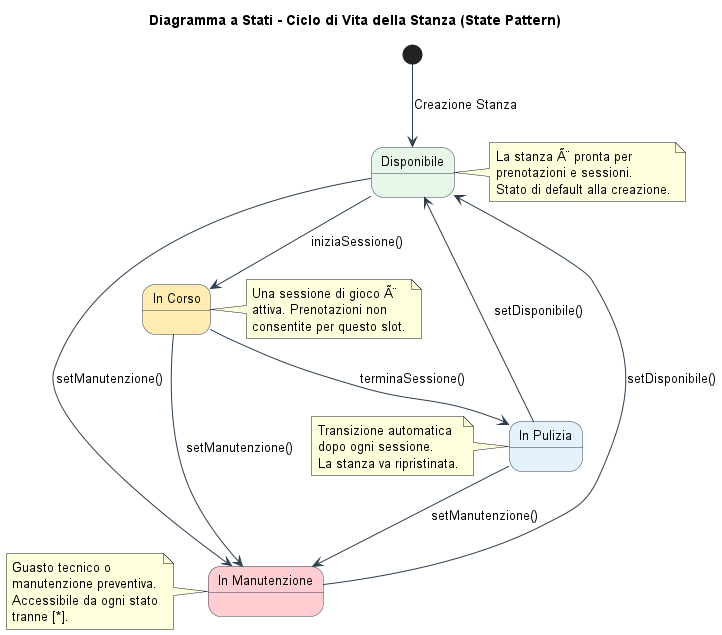
This is LaTeX/images/state_machine_room.png from Adrycasta04/EscapeManager, a PlantUML export, as it was before one commit. Source of this version:
```plantuml
@startuml state_machine_room

title Diagramma a Stati - Ciclo di Vita della Stanza (State Pattern)

skinparam backgroundColor #FFFFFF
skinparam state {
    BackgroundColor #F0F4F8
    BorderColor #2C3E50
    FontSize 13
    ArrowColor #2C3E50
}

[*] --> Disponibile : Creazione Stanza

state "Disponibile" as Disponibile #E8F5E9 {
}

state "In Corso" as InCorso #FFECB3 {
}

state "In Pulizia" as InPulizia #E3F2FD {
}

state "In Manutenzione" as InManutenzione #FFCDD2 {
}

Disponibile --> InCorso : iniziaSessione()
Disponibile --> InManutenzione : setManutenzione()

InCorso --> InPulizia : terminaSessione()
InCorso --> InManutenzione : setManutenzione()

InPulizia --> Disponibile : setDisponibile()
InPulizia --> InManutenzione : setManutenzione()

InManutenzione --> Disponibile : setDisponibile()

note right of Disponibile
  La stanza Ã¨ pronta per
  prenotazioni e sessioni.
  Stato di default alla creazione.
end note

note right of InCorso
  Una sessione di gioco Ã¨
  attiva. Prenotazioni non
  consentite per questo slot.
end note

note left of InPulizia
  Transizione automatica
  dopo ogni sessione.
  La stanza va ripristinata.
end note

note left of InManutenzione
  Guasto tecnico o
  manutenzione preventiva.
  Accessibile da ogni stato
  tranne [*].
end note

@enduml
```
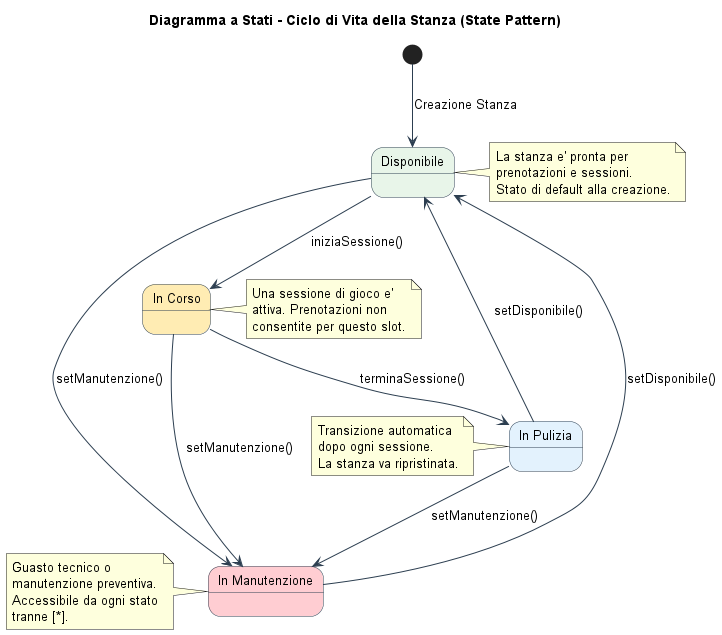
After the commit.

The edit, as a diff of the source:
```diff
@@ -36,13 +36,13 @@
 InManutenzione --> Disponibile : setDisponibile()
 
 note right of Disponibile
-  La stanza Ã¨ pronta per
+  La stanza e' pronta per
   prenotazioni e sessioni.
   Stato di default alla creazione.
 end note
 
 note right of InCorso
-  Una sessione di gioco Ã¨
+  Una sessione di gioco e'
   attiva. Prenotazioni non
   consentite per questo slot.
 end note
```
